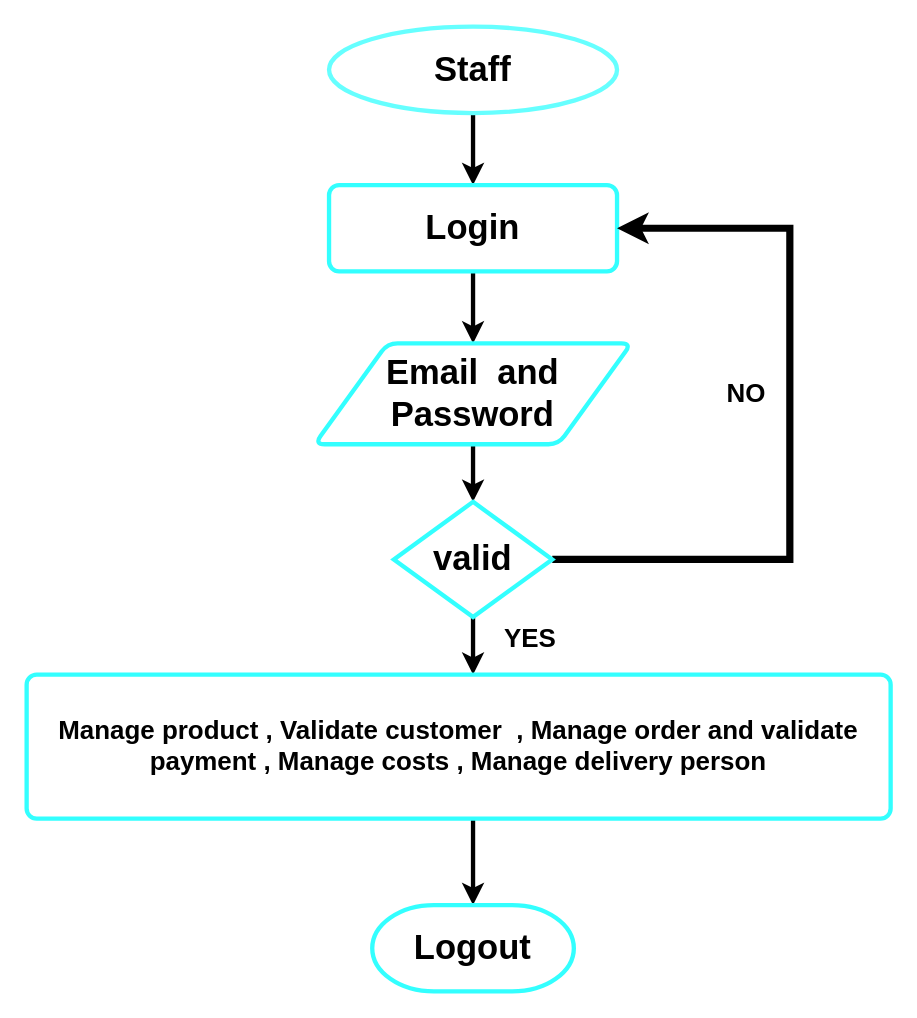
This is delivery person flow diagram.drawio from prashanta1542/default, a draw.io file, before an edit. Source tidied: cells renumbered, new cells numbered last; positions are measured from the earlier drawing's top-left corner, leaving out a move shared by most shapes. Both pictures are drawn from the tidied source at 144%, with x=0, y=0 at pixel (26, 26).
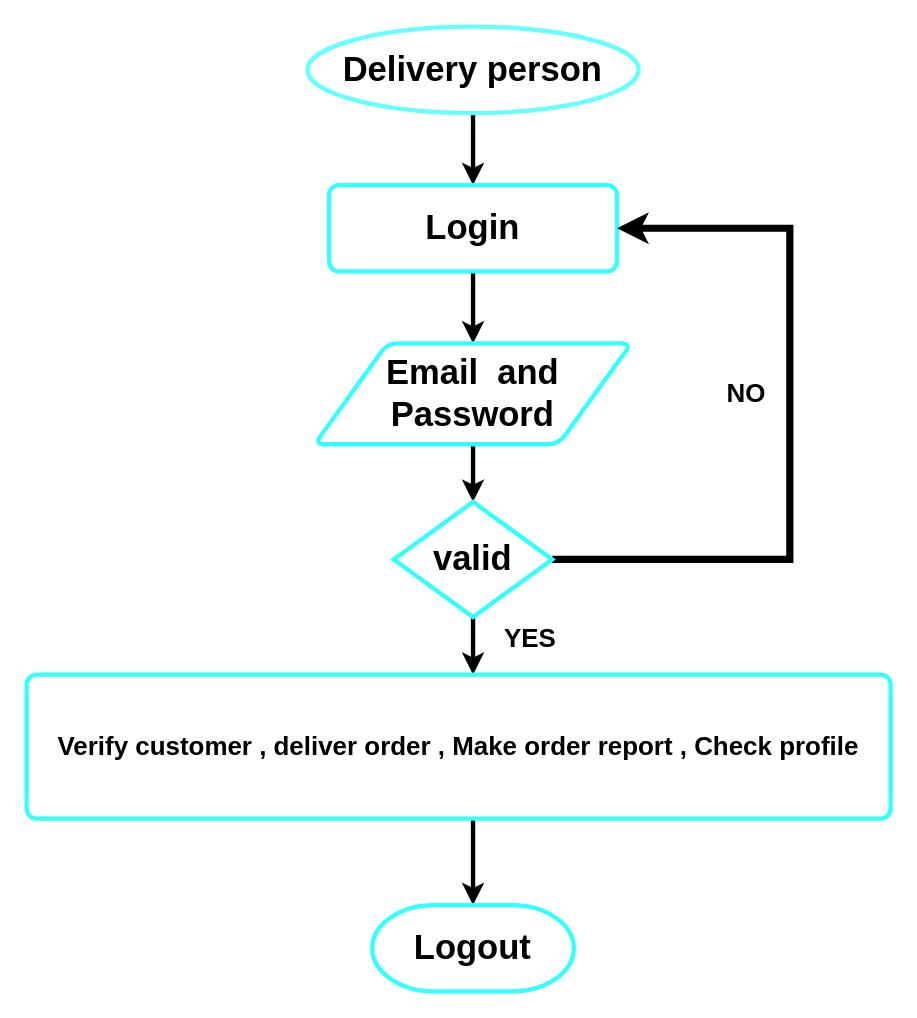
After the change.

The edit, as a diff of the source:
```diff
@@
-    <mxCell id="3" value="&lt;h1&gt;&lt;font style=&quot;font-size: 24px;&quot;&gt;Staff&lt;/font&gt;&lt;/h1&gt;" style="strokeWidth=3;html=1;shape=mxgraph.flowchart.start_1;whiteSpace=wrap;strokeColor=#66FFFF;" parent="1" vertex="1">
-      <mxGeometry x="210" width="200" height="60" as="geometry" />
+    <mxCell id="3" value="&lt;h1&gt;&lt;font style=&quot;font-size: 24px;&quot;&gt;Delivery person&lt;/font&gt;&lt;/h1&gt;" style="strokeWidth=3;html=1;shape=mxgraph.flowchart.start_1;whiteSpace=wrap;strokeColor=#66FFFF;" parent="1" vertex="1">
+      <mxGeometry x="195" width="230" height="60" as="geometry" />
     </mxCell>
@@
-    <mxCell id="12" value="&lt;h2&gt;Manage product , Validate customer&amp;nbsp; , Manage order and validate payment , Manage costs , Manage delivery person&lt;/h2&gt;" style="rounded=1;whiteSpace=wrap;html=1;absoluteArcSize=1;arcSize=14;strokeWidth=3;strokeColor=#33FFFF;" parent="1" vertex="1">
+    <mxCell id="12" value="&lt;h2&gt;Verify customer , deliver order , Make order report , Check profile&lt;/h2&gt;" style="rounded=1;whiteSpace=wrap;html=1;absoluteArcSize=1;arcSize=14;strokeWidth=3;strokeColor=#33FFFF;" parent="1" vertex="1">
       <mxGeometry y="450" width="600" height="100" as="geometry" />
     </mxCell>
```
